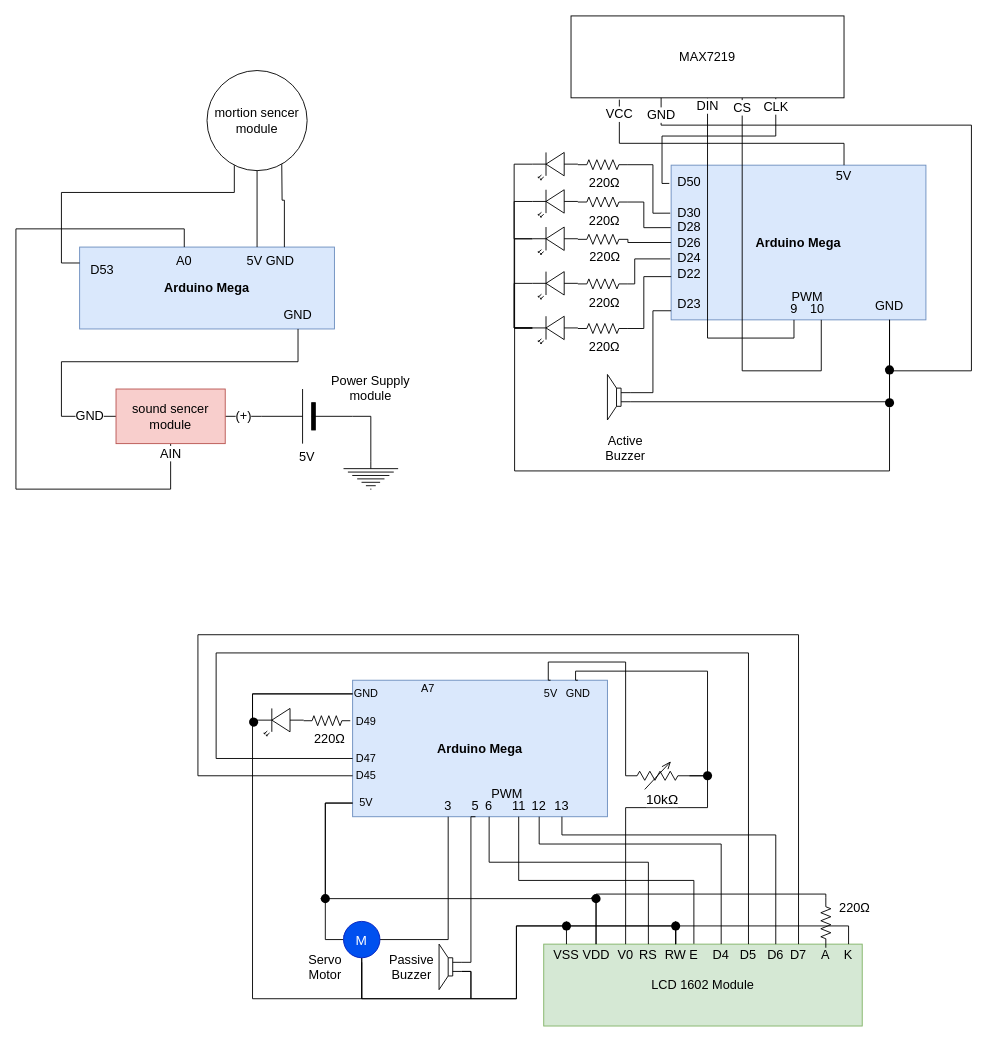
The draw.io diagram page "elect" (4 of 4) of SmartBath.drawio in AK-8420/documents_2021_Arduino_arch, before the edit. Source tidied: cells renumbered, new cells numbered last; positions are measured from the earlier drawing's top-left corner, leaving out a move shared by most shapes. Both pictures are drawn from the tidied source at 91%, with x=0, y=0 at pixel (15, 15).
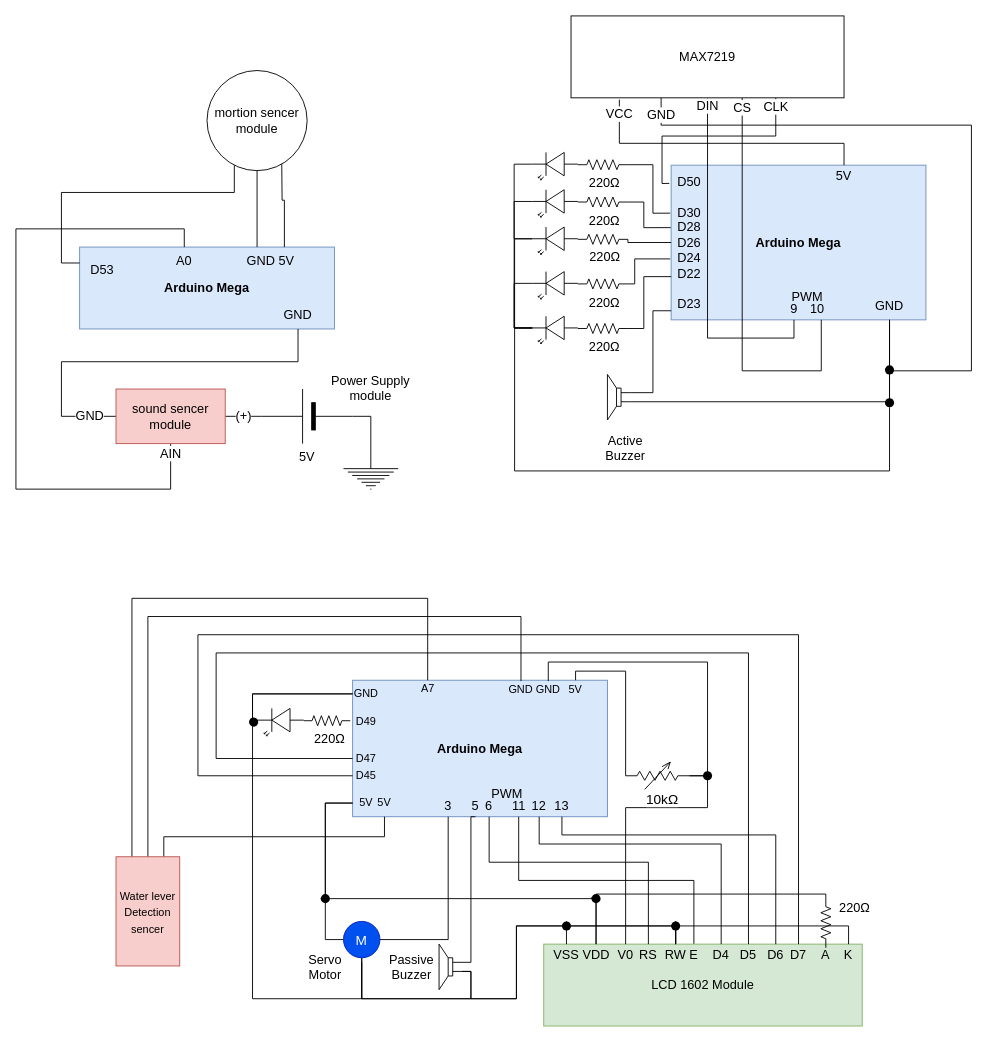
After the change.

Unchanged cells that the change refers to:
```xml
<mxCell id="63" value="A7" style="text;html=1;strokeColor=none;fillColor=none;align=center;verticalAlign=middle;whiteSpace=wrap;rounded=0;" parent="1" vertex="1">
  <mxGeometry x="437.5" y="730" width="30" height="17" as="geometry" />
</mxCell>
<mxCell id="110" style="verticalLabelPosition=bottom;shadow=0;dashed=0;align=center;html=1;verticalAlign=top;shape=mxgraph.electrical.resistors.variable_resistor_2;fontSize=15;" parent="1" vertex="1">
  <mxGeometry x="670" y="820" width="70" height="30" as="geometry" />
</mxCell>
<mxCell id="122" style="ellipse;fillColor=#000000;strokeColor=none;fontSize=15;" parent="1" vertex="1">
  <mxGeometry x="755" y="830" width="10" height="10" as="geometry" />
</mxCell>
```

Change to the diagram source:
```diff
@@
-    <mxCell id="25" value="5V GND" style="text;html=1;strokeColor=none;fillColor=none;align=center;verticalAlign=middle;whiteSpace=wrap;rounded=0;fontSize=14;" parent="1" vertex="1">
+    <mxCell id="25" value="GND 5V" style="text;html=1;strokeColor=none;fillColor=none;align=center;verticalAlign=middle;whiteSpace=wrap;rounded=0;fontSize=14;" parent="1" vertex="1">
       <mxGeometry x="250" y="254" width="60" height="30" as="geometry" />
     </mxCell>
@@
+    <mxCell id="137" style="edgeStyle=orthogonalEdgeStyle;rounded=0;jettySize=auto;html=1;exitX=0.5;exitY=0;exitDx=0;exitDy=0;entryX=0.25;entryY=0;entryDx=0;entryDy=0;fontSize=12;endArrow=none;endFill=0;" parent="1" edge="1" source="63" target="142">
+      <mxGeometry relative="1" as="geometry">
+        <Array as="points">
+          <mxPoint x="453" y="640" />
+          <mxPoint x="128" y="640" />
+        </Array>
+      </mxGeometry>
+    </mxCell>
@@
     <mxCell id="108" style="edgeStyle=orthogonalEdgeStyle;rounded=0;jettySize=auto;html=1;exitX=0;exitY=0.5;exitDx=0;exitDy=0;exitPerimeter=0;fontSize=15;endArrow=none;endFill=0;entryX=0.5;entryY=0;entryDx=0;entryDy=0;" parent="1" edge="1" source="110" target="111">
       <mxGeometry relative="1" as="geometry">
         <Array as="points">
-          <mxPoint x="670" y="710" />
-          <mxPoint x="585" y="710" />
-          <mxPoint x="585" y="730" />
+          <mxPoint x="670" y="720" />
+          <mxPoint x="615" y="720" />
         </Array>
       </mxGeometry>
     </mxCell>
@@
     <mxCell id="111" value="5V" style="text;html=1;strokeColor=none;fillColor=none;align=center;verticalAlign=middle;whiteSpace=wrap;rounded=0;" parent="1" vertex="1">
-      <mxGeometry x="572.5" y="730" width="30" height="30" as="geometry" />
+      <mxGeometry x="600" y="730" width="30" height="20" as="geometry" />
     </mxCell>
@@
     <mxCell id="113" value="GND" style="text;html=1;strokeColor=none;fillColor=none;align=center;verticalAlign=middle;whiteSpace=wrap;rounded=0;" parent="1" vertex="1">
-      <mxGeometry x="602.5" y="730" width="30" height="30" as="geometry" />
+      <mxGeometry x="570" y="731" width="30" height="19" as="geometry" />
     </mxCell>
@@
     <mxCell id="123" style="edgeStyle=orthogonalEdgeStyle;rounded=0;jettySize=auto;html=1;exitX=0.5;exitY=0;exitDx=0;exitDy=0;entryX=1;entryY=0.5;entryDx=0;entryDy=0;entryPerimeter=0;fontSize=15;endArrow=none;endFill=0;" parent="1" edge="1" source="113" target="122">
       <mxGeometry relative="1" as="geometry">
         <Array as="points">
-          <mxPoint x="615" y="730" />
-          <mxPoint x="615" y="720" />
-          <mxPoint x="760" y="720" />
+          <mxPoint x="585" y="710" />
+          <mxPoint x="760" y="710" />
           <mxPoint x="760" y="835" />
         </Array>
       </mxGeometry>
     </mxCell>
@@
+    <mxCell id="138" value="GND" style="text;html=1;strokeColor=none;fillColor=none;align=center;verticalAlign=middle;whiteSpace=wrap;rounded=0;" parent="1" vertex="1">
+      <mxGeometry x="540" y="731" width="30" height="19" as="geometry" />
+    </mxCell>
+    <mxCell id="139" style="edgeStyle=orthogonalEdgeStyle;rounded=0;jettySize=auto;html=1;exitX=0.5;exitY=1;exitDx=0;exitDy=0;entryX=0.75;entryY=0;entryDx=0;entryDy=0;fontSize=12;endArrow=none;endFill=0;" parent="1" edge="1" source="140" target="142">
+      <mxGeometry relative="1" as="geometry" />
+    </mxCell>
+    <mxCell id="140" value="5V" style="text;html=1;strokeColor=none;fillColor=none;align=center;verticalAlign=middle;whiteSpace=wrap;rounded=0;" parent="1" vertex="1">
+      <mxGeometry x="390" y="850" width="30" height="30" as="geometry" />
+    </mxCell>
+    <mxCell id="141" style="edgeStyle=orthogonalEdgeStyle;rounded=0;jettySize=auto;html=1;exitX=0.5;exitY=0;exitDx=0;exitDy=0;entryX=0.5;entryY=0;entryDx=0;entryDy=0;fontSize=12;endArrow=none;endFill=0;" parent="1" edge="1" source="142" target="138">
+      <mxGeometry relative="1" as="geometry">
+        <Array as="points">
+          <mxPoint x="145" y="660" />
+          <mxPoint x="555" y="660" />
+        </Array>
+      </mxGeometry>
+    </mxCell>
+    <mxCell id="142" value="&lt;font style=&quot;font-size: 12px&quot;&gt;Water lever Detection sencer&lt;/font&gt;" style="rounded=0;whiteSpace=wrap;html=1;fontSize=15;fillColor=#f8cecc;strokeColor=#b85450;" parent="1" vertex="1">
+      <mxGeometry x="110" y="924" width="70" height="120" as="geometry" />
+    </mxCell>
```
